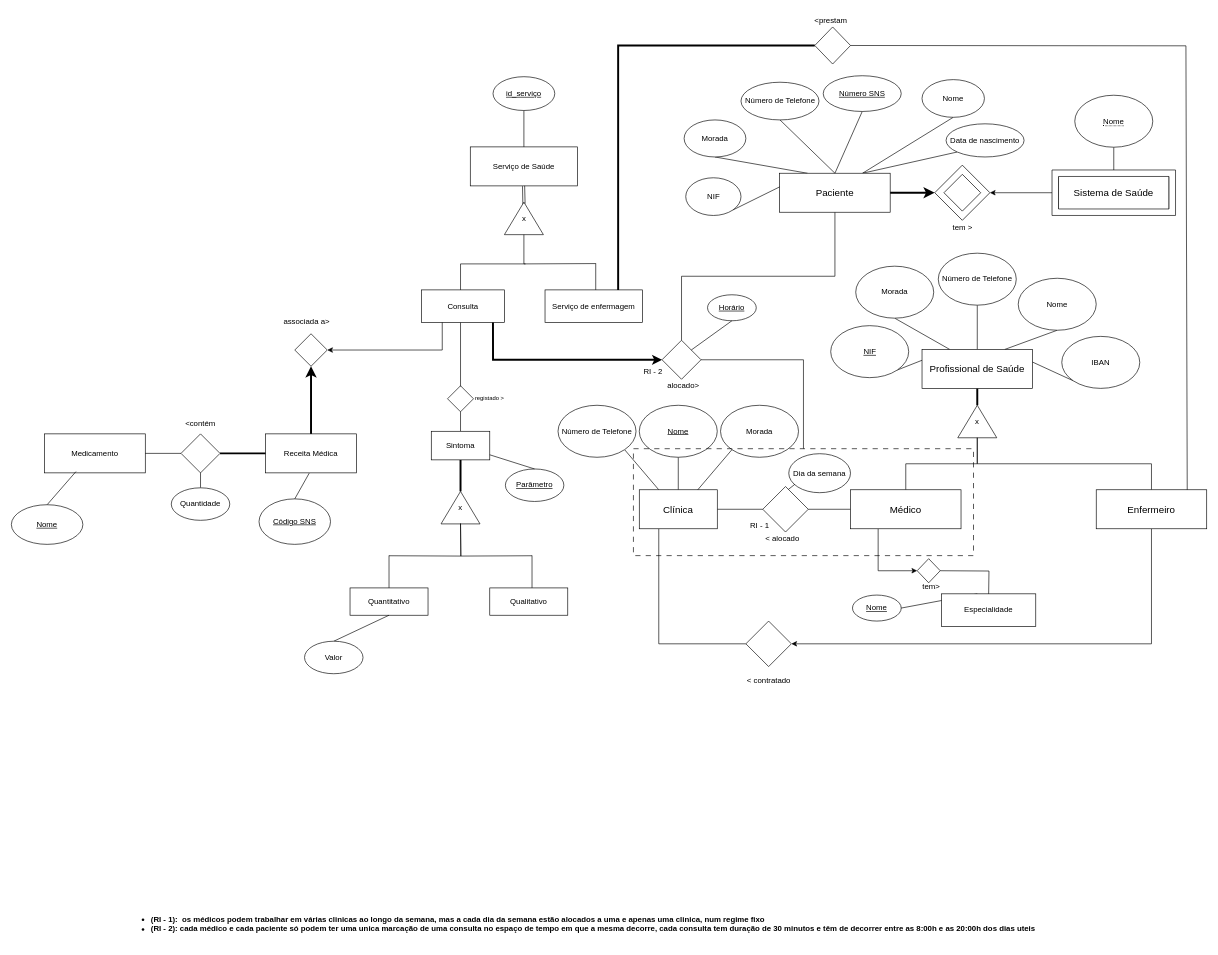
Above: page "Page-1" (1 of 2) of diagrams/modelo_EA.drawio in Zane-dev16/BD-projeto-E1 (draw.io), before the change. Source tidied: cells renumbered, new cells numbered last; positions are measured from the earlier drawing's top-left corner, leaving out a move shared by most shapes. Both pictures are drawn from the tidied source at 65%, with x=0, y=0 at pixel (11, 11).
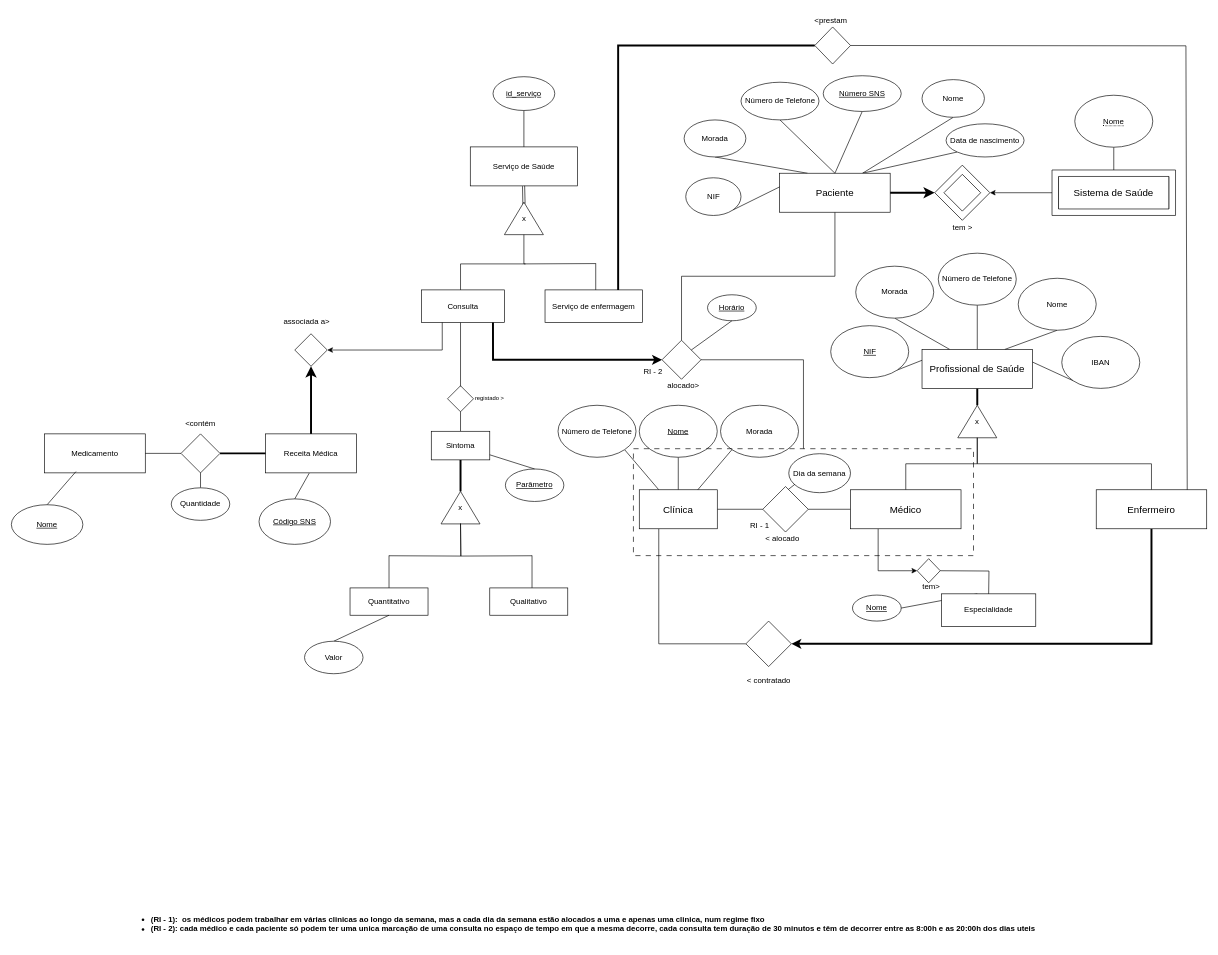
After the change.

Commit message:
Fix nurse connection

The change refers to these unchanged cells:
```xml
<mxCell id="22" value="&lt;span style=&quot;font-size: 15px;&quot;&gt;Enfermeiro&lt;/span&gt;" style="rounded=0;whiteSpace=wrap;html=1;labelBackgroundColor=none;" parent="1" vertex="1">
  <mxGeometry x="1669" y="736" width="170" height="60" as="geometry" />
</mxCell>
<mxCell id="32" style="rhombus;whiteSpace=wrap;html=1;labelBackgroundColor=none;" parent="1" vertex="1">
  <mxGeometry x="1130" y="938" width="70" height="70" as="geometry" />
</mxCell>
```

Diff of the diagram source:
```diff
@@
-    <mxCell id="21" style="edgeStyle=orthogonalEdgeStyle;rounded=0;jettySize=auto;html=1;exitX=0.5;exitY=1;exitDx=0;exitDy=0;entryX=1;entryY=0.5;entryDx=0;entryDy=0;" parent="1" edge="1" source="22" target="32">
+    <mxCell id="21" style="edgeStyle=orthogonalEdgeStyle;rounded=0;jettySize=auto;html=1;exitX=0.5;exitY=1;exitDx=0;exitDy=0;entryX=1;entryY=0.5;entryDx=0;entryDy=0;strokeWidth=3;" parent="1" edge="1" source="22" target="32">
       <mxGeometry relative="1" as="geometry" />
     </mxCell>
```
